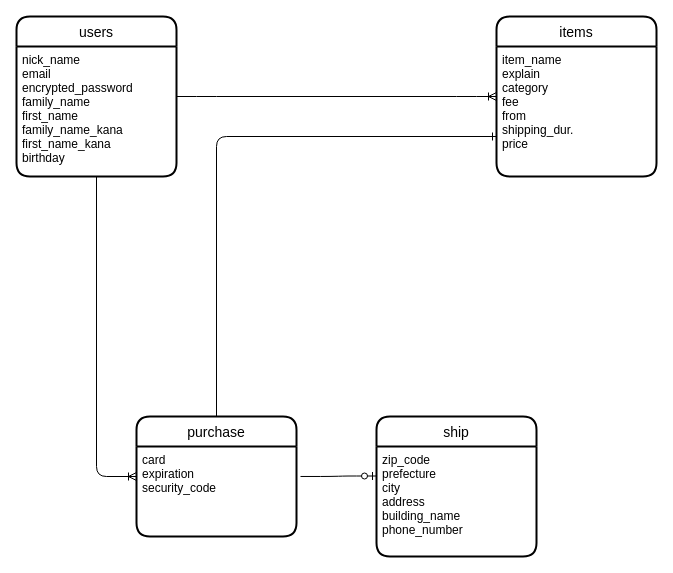
The draw.io diagram ERmap.drawio in MITSURUYAMAZAKI/furima-33064, before the edit. Source tidied: cells renumbered, new cells numbered last; positions are measured from the earlier drawing's top-left corner, leaving out a move shared by most shapes. Both pictures are drawn from the tidied source at 100%, with x=0, y=0 at pixel (16, 16).
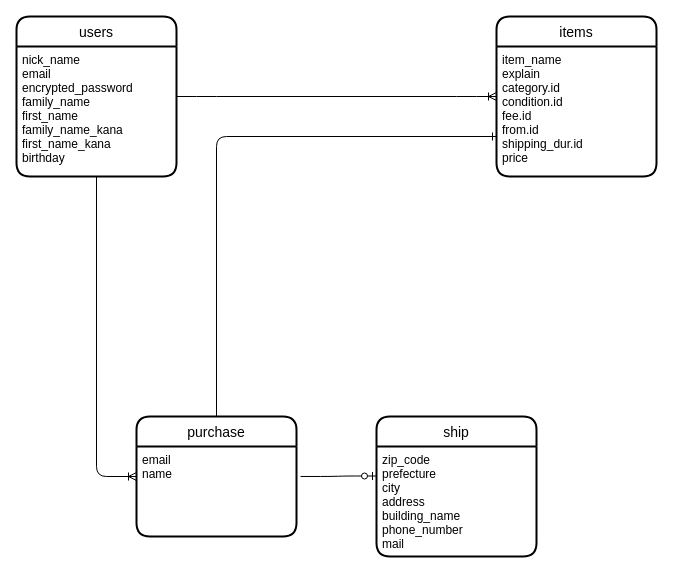
The same page after the edit.

Diff of the diagram source:
```diff
@@
 <mxGraphModel>
   <root>
     <mxCell id="0" />
     <mxCell id="1" parent="0" />
     <mxCell id="2" value="users" style="swimlane;horizontal=1;startSize=30;rounded=1;fontSize=14;fontStyle=0;strokeWidth=2;shadow=0;dashed=0;align=center;fillColor=none;gradientColor=none;" parent="1" vertex="1">
       <mxGeometry width="160" height="160" as="geometry" />
     </mxCell>
     <mxCell id="3" value="nick_name&#10;email&#10;encrypted_password&#10;family_name&#10;first_name&#10;family_name_kana&#10;first_name_kana&#10;birthday" style="align=left;strokeColor=none;fillColor=none;spacingLeft=4;fontSize=12;verticalAlign=top;" parent="2" vertex="1">
       <mxGeometry y="30" width="160" height="130" as="geometry" />
     </mxCell>
     <mxCell id="4" value="items" style="swimlane;horizontal=1;startSize=30;rounded=1;fontSize=14;fontStyle=0;strokeWidth=2;shadow=0;dashed=0;align=center;fillColor=none;gradientColor=none;" parent="1" vertex="1">
       <mxGeometry x="480" width="160" height="160" as="geometry" />
     </mxCell>
-    <mxCell id="5" value="item_name&#10;explain&#10;category&#10;fee&#10;from&#10;shipping_dur.&#10;price" style="align=left;strokeColor=none;fillColor=none;spacingLeft=4;fontSize=12;verticalAlign=top;" parent="4" vertex="1">
+    <mxCell id="5" value="item_name&#10;explain&#10;category.id&#10;condition.id&#10;fee.id&#10;from.id&#10;shipping_dur.id&#10;price" style="align=left;strokeColor=none;fillColor=none;spacingLeft=4;fontSize=12;verticalAlign=top;" parent="4" vertex="1">
       <mxGeometry y="30" width="160" height="130" as="geometry" />
     </mxCell>
     <mxCell id="6" value="purchase" style="swimlane;horizontal=1;startSize=30;rounded=1;fontSize=14;fontStyle=0;strokeWidth=2;shadow=0;dashed=0;align=center;" parent="1" vertex="1">
       <mxGeometry x="120" y="400" width="160" height="120" as="geometry" />
     </mxCell>
-    <mxCell id="7" value="card&#10;expiration&#10;security_code" style="align=left;strokeColor=none;fillColor=none;spacingLeft=4;fontSize=12;verticalAlign=top;" parent="6" vertex="1">
+    <mxCell id="7" value="email&#10;name" style="align=left;strokeColor=none;fillColor=none;spacingLeft=4;fontSize=12;verticalAlign=top;" parent="6" vertex="1">
       <mxGeometry y="30" width="160" height="90" as="geometry" />
     </mxCell>
     <mxCell id="8" value="ship" style="swimlane;horizontal=1;startSize=30;rounded=1;fontSize=14;fontStyle=0;strokeWidth=2;shadow=0;dashed=0;align=center;" parent="1" vertex="1">
       <mxGeometry x="360" y="400" width="160" height="140" as="geometry" />
     </mxCell>
-    <mxCell id="9" value="zip_code&#10;prefecture&#10;city&#10;address&#10;building_name&#10;phone_number" style="align=left;strokeColor=none;fillColor=none;spacingLeft=4;fontSize=12;verticalAlign=top;" parent="8" vertex="1">
+    <mxCell id="9" value="zip_code&#10;prefecture&#10;city&#10;address&#10;building_name&#10;phone_number&#10;mail" style="align=left;strokeColor=none;fillColor=none;spacingLeft=4;fontSize=12;verticalAlign=top;" parent="8" vertex="1">
       <mxGeometry y="30" width="160" height="110" as="geometry" />
     </mxCell>
     <mxCell id="10" style="edgeStyle=entityRelationEdgeStyle;fontSize=12;html=1;endArrow=ERoneToMany;entryX=0;entryY=0.5;entryDx=0;entryDy=0;" parent="1" edge="1" target="4">
       <mxGeometry relative="1" as="geometry">
         <mxPoint x="160" y="80" as="sourcePoint" />
       </mxGeometry>
     </mxCell>
     <mxCell id="11" style="edgeStyle=entityRelationEdgeStyle;fontSize=12;html=1;endArrow=ERzeroToOne;endFill=1;exitX=1.025;exitY=0.333;exitDx=0;exitDy=0;exitPerimeter=0;" parent="1" edge="1" source="7">
       <mxGeometry relative="1" as="geometry">
         <mxPoint x="360" y="459.5" as="targetPoint" />
       </mxGeometry>
     </mxCell>
     <mxCell id="12" style="edgeStyle=orthogonalEdgeStyle;fontSize=12;html=1;endArrow=ERone;endFill=1;entryX=0;entryY=0.75;entryDx=0;entryDy=0;exitX=0.5;exitY=0;exitDx=0;exitDy=0;" parent="1" edge="1" source="6" target="4">
       <mxGeometry relative="1" as="geometry" />
     </mxCell>
     <mxCell id="13" style="edgeStyle=orthogonalEdgeStyle;fontSize=12;html=1;endArrow=ERoneToMany;exitX=0.5;exitY=1;exitDx=0;exitDy=0;entryX=0;entryY=0.5;entryDx=0;entryDy=0;" parent="1" edge="1" source="3" target="6">
       <mxGeometry relative="1" as="geometry" />
     </mxCell>
   </root>
 </mxGraphModel>
```
